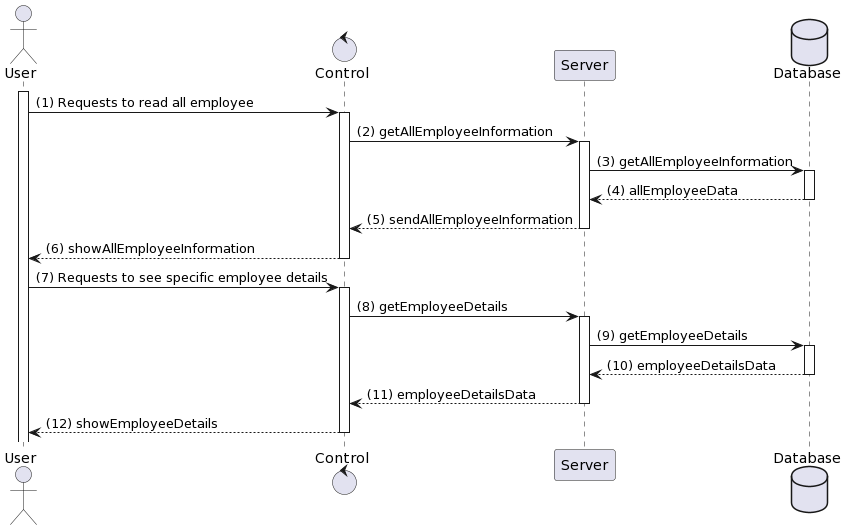
Earlier version of the PlantUML export Lab 1/Lab 1.2/sequence_diagram/employee_management/view_employee.png (H1eu69/SE357-Pratice-class). The source it was exported from:
```plantuml
@startuml
actor User
control "Control" as C
participant "Server" as S
database Database

activate User
User -> C: (1) Requests to read all employee
activate C
C -> S: (2) getAllEmployeeInformation
activate S
S -> Database: (3) getAllEmployeeInformation
activate Database
Database --> S: (4) allEmployeeData
deactivate Database
S --> C: (5) sendAllEmployeeInformation
deactivate S
C --> User: (6) showAllEmployeeInformation
deactivate C
User -> C: (7) Requests to see specific employee details
activate C
C -> S: (8) getEmployeeDetails
activate S
S -> Database: (9) getEmployeeDetails
activate Database
Database --> S: (10) employeeDetailsData
deactivate Database
S --> C: (11) employeeDetailsData
deactivate S
C --> User: (12) showEmployeeDetails
deactivate C
@enduml
```
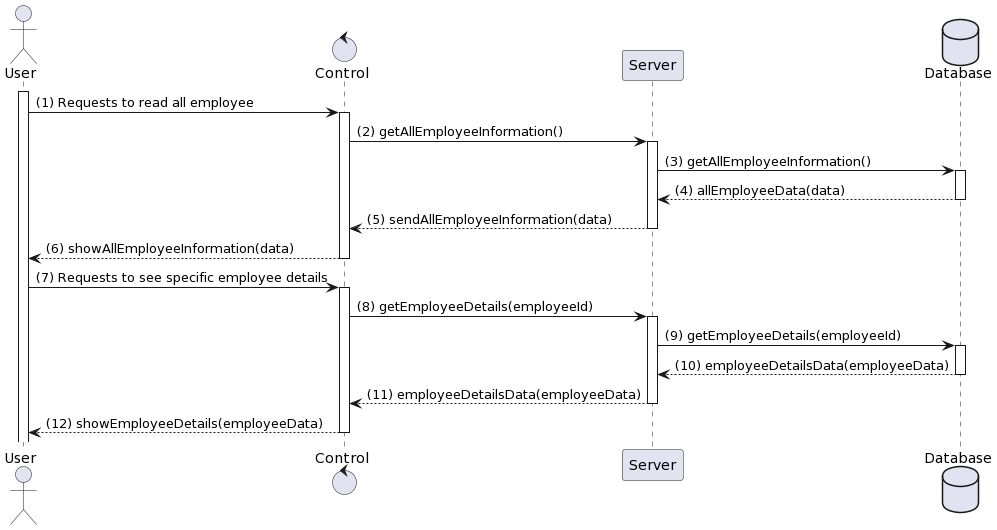
The same file after the commit.

Change to the diagram source:
```diff
@@ -7,26 +7,26 @@
 activate User
 User -> C: (1) Requests to read all employee
 activate C
-C -> S: (2) getAllEmployeeInformation
+C -> S: (2) getAllEmployeeInformation()
 activate S
-S -> Database: (3) getAllEmployeeInformation
+S -> Database: (3) getAllEmployeeInformation()
 activate Database
-Database --> S: (4) allEmployeeData
+Database --> S: (4) allEmployeeData(data)
 deactivate Database
-S --> C: (5) sendAllEmployeeInformation
+S --> C: (5) sendAllEmployeeInformation(data)
 deactivate S
-C --> User: (6) showAllEmployeeInformation
+C --> User: (6) showAllEmployeeInformation(data)
 deactivate C
 User -> C: (7) Requests to see specific employee details
 activate C
-C -> S: (8) getEmployeeDetails
+C -> S: (8) getEmployeeDetails(employeeId)
 activate S
-S -> Database: (9) getEmployeeDetails
+S -> Database: (9) getEmployeeDetails(employeeId)
 activate Database
-Database --> S: (10) employeeDetailsData
+Database --> S: (10) employeeDetailsData(employeeData)
 deactivate Database
-S --> C: (11) employeeDetailsData
+S --> C: (11) employeeDetailsData(employeeData)
 deactivate S
-C --> User: (12) showEmployeeDetails
+C --> User: (12) showEmployeeDetails(employeeData)
 deactivate C
 @enduml
```
